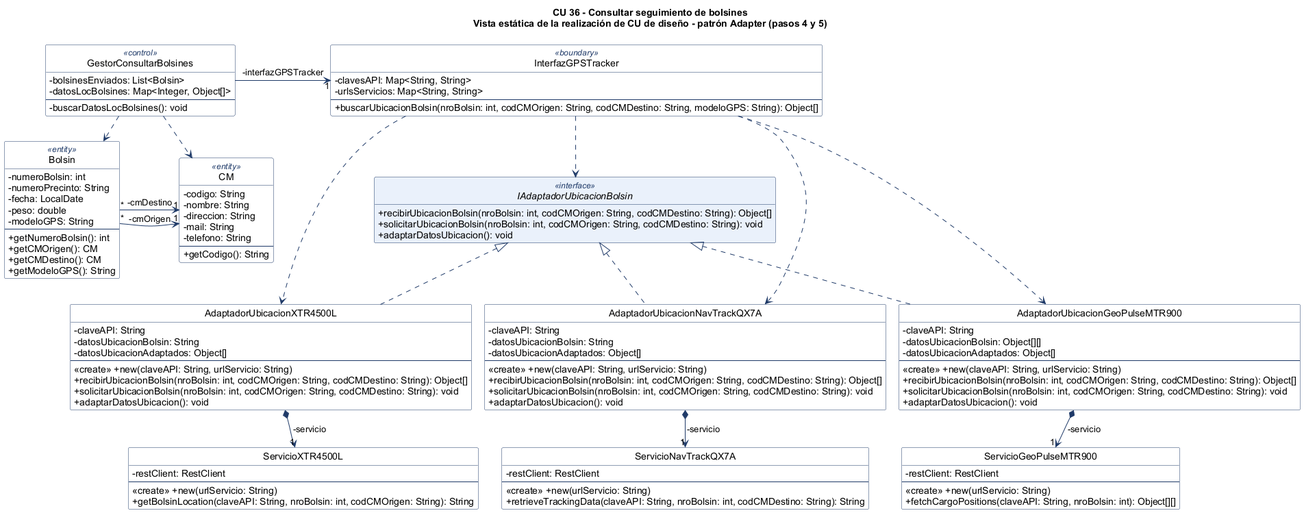
The PlantUML diagram docs/diagramas/diagrama-clases-adapter.png in LucianoCipolla/PPAI-BOLSIN-DSI-2026, before a commit. Source of this version:
```plantuml
@startuml diagrama-clases-adapter

!pragma layout smetana
skinparam classAttributeIconSize 0
skinparam shadowing false
skinparam linetype ortho
skinparam nodesep 70
skinparam ranksep 80
skinparam defaultFontName Arial
skinparam class {
  BackgroundColor #FFFFFF
  BorderColor #1F3A68
  ArrowColor #1F3A68
  StereotypeFontColor #1F3A68
}
skinparam class<<interface>> {
  BackgroundColor #EAF1FB
}
hide empty members
hide circle

title CU 36 - Consultar seguimiento de bolsines\nVista estática de la realización de CU de diseño - patrón Adapter (pasos 4 y 5)

class GestorConsultarBolsines <<control>> {
  -bolsinesEnviados: List<Bolsin>
  -datosLocBolsines: Map<Integer, Object[]>
  --
  -buscarDatosLocBolsines(): void
}

class Bolsin <<entity>> {
  -numeroBolsin: int
  -numeroPrecinto: String
  -fecha: LocalDate
  -peso: double
  -modeloGPS: String
  --
  +getNumeroBolsin(): int
  +getCMOrigen(): CM
  +getCMDestino(): CM
  +getModeloGPS(): String
}

class CM <<entity>> {
  -codigo: String
  -nombre: String
  -direccion: String
  -mail: String
  -telefono: String
  --
  +getCodigo(): String
}

class InterfazGPSTracker <<boundary>> {
  -clavesAPI: Map<String, String>
  -urlsServicios: Map<String, String>
  --
  +buscarUbicacionBolsin(nroBolsin: int, codCMOrigen: String, codCMDestino: String, modeloGPS: String): Object[]
}

interface IAdaptadorUbicacionBolsin <<interface>> {
  +recibirUbicacionBolsin(nroBolsin: int, codCMOrigen: String, codCMDestino: String): Object[]
  +solicitarUbicacionBolsin(nroBolsin: int, codCMOrigen: String, codCMDestino: String): void
  +adaptarDatosUbicacion(): void
}

class AdaptadorUbicacionXTR4500L {
  -claveAPI: String
  -datosUbicacionBolsin: String
  -datosUbicacionAdaptados: Object[]
  --
  <<create>> +new(claveAPI: String, urlServicio: String)
  +recibirUbicacionBolsin(nroBolsin: int, codCMOrigen: String, codCMDestino: String): Object[]
  +solicitarUbicacionBolsin(nroBolsin: int, codCMOrigen: String, codCMDestino: String): void
  +adaptarDatosUbicacion(): void
}

class AdaptadorUbicacionNavTrackQX7A {
  -claveAPI: String
  -datosUbicacionBolsin: String
  -datosUbicacionAdaptados: Object[]
  --
  <<create>> +new(claveAPI: String, urlServicio: String)
  +recibirUbicacionBolsin(nroBolsin: int, codCMOrigen: String, codCMDestino: String): Object[]
  +solicitarUbicacionBolsin(nroBolsin: int, codCMOrigen: String, codCMDestino: String): void
  +adaptarDatosUbicacion(): void
}

class AdaptadorUbicacionGeoPulseMTR900 {
  -claveAPI: String
  -datosUbicacionBolsin: Object[][]
  -datosUbicacionAdaptados: Object[]
  --
  <<create>> +new(claveAPI: String, urlServicio: String)
  +recibirUbicacionBolsin(nroBolsin: int, codCMOrigen: String, codCMDestino: String): Object[]
  +solicitarUbicacionBolsin(nroBolsin: int, codCMOrigen: String, codCMDestino: String): void
  +adaptarDatosUbicacion(): void
}

class ServicioXTR4500L {
  -restClient: RestClient
  --
  <<create>> +new(urlServicio: String)
  +getBolsinLocation(claveAPI: String, nroBolsin: int, codCMOrigen: String): String
}

class ServicioNavTrackQX7A {
  -restClient: RestClient
  --
  <<create>> +new(urlServicio: String)
  +retrieveTrackingData(claveAPI: String, nroBolsin: int, codCMDestino: String): String
}

class ServicioGeoPulseMTR900 {
  -restClient: RestClient
  --
  <<create>> +new(urlServicio: String)
  +fetchCargoPositions(claveAPI: String, nroBolsin: int): Object[][]
}

GestorConsultarBolsines -right-> "1" InterfazGPSTracker : -interfazGPSTracker
GestorConsultarBolsines .down.> Bolsin
GestorConsultarBolsines .down.> CM
Bolsin "*" -right-> "1" CM : -cmOrigen
Bolsin "*" -right-> "1" CM : -cmDestino

InterfazGPSTracker .down.> IAdaptadorUbicacionBolsin
InterfazGPSTracker .down.> AdaptadorUbicacionXTR4500L
InterfazGPSTracker .down.> AdaptadorUbicacionNavTrackQX7A
InterfazGPSTracker .down.> AdaptadorUbicacionGeoPulseMTR900

IAdaptadorUbicacionBolsin <|.down. AdaptadorUbicacionXTR4500L
IAdaptadorUbicacionBolsin <|.down. AdaptadorUbicacionNavTrackQX7A
IAdaptadorUbicacionBolsin <|.down. AdaptadorUbicacionGeoPulseMTR900
AdaptadorUbicacionXTR4500L -[hidden]right- AdaptadorUbicacionNavTrackQX7A
AdaptadorUbicacionNavTrackQX7A -[hidden]right- AdaptadorUbicacionGeoPulseMTR900

AdaptadorUbicacionXTR4500L *-down-> "1" ServicioXTR4500L : -servicio
AdaptadorUbicacionNavTrackQX7A *-down-> "1" ServicioNavTrackQX7A : -servicio
AdaptadorUbicacionGeoPulseMTR900 *-down-> "1" ServicioGeoPulseMTR900 : -servicio
ServicioXTR4500L -[hidden]right- ServicioNavTrackQX7A
ServicioNavTrackQX7A -[hidden]right- ServicioGeoPulseMTR900

@enduml
```
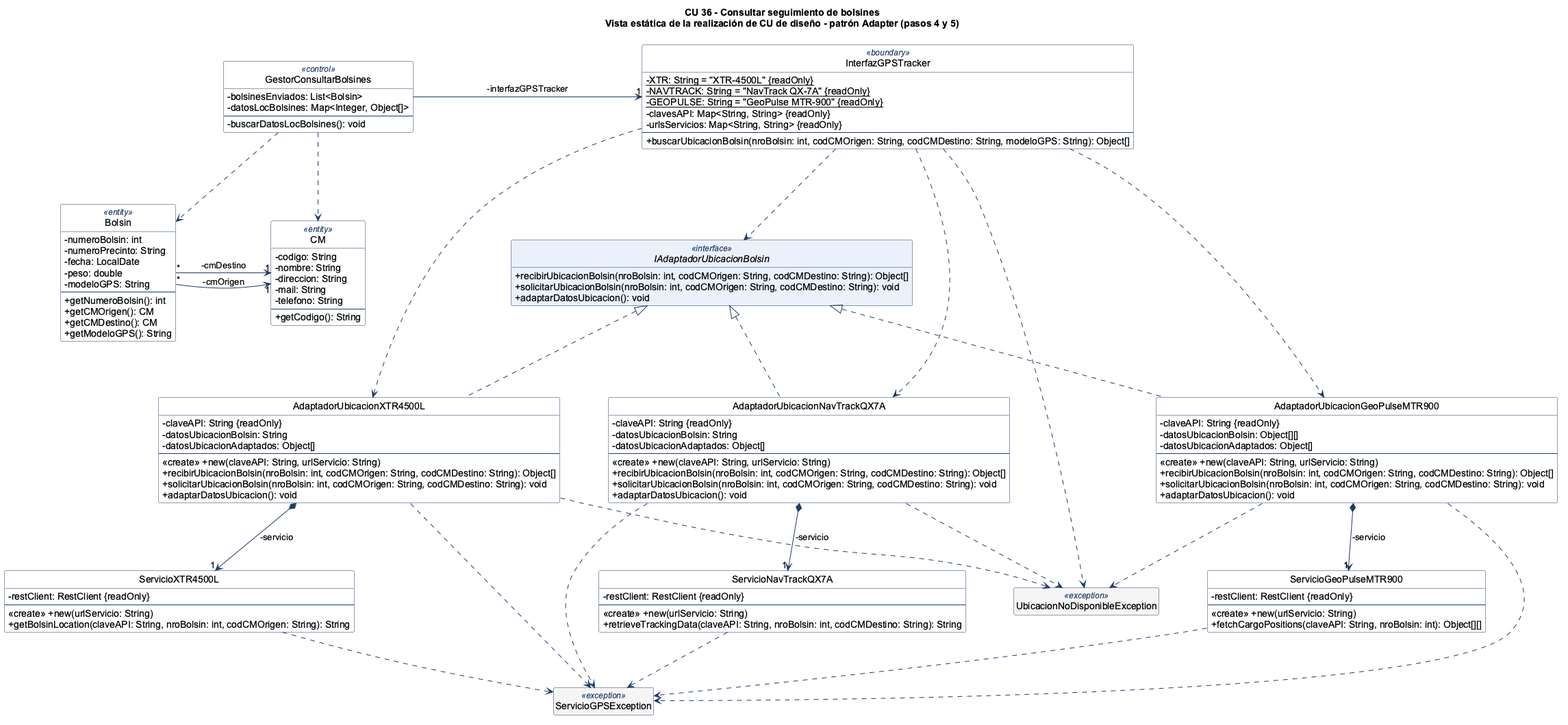
After the commit.

What changed in the source:
```diff
@@ -15,6 +15,9 @@
 }
 skinparam class<<interface>> {
   BackgroundColor #EAF1FB
+}
+skinparam class<<exception>> {
+  BackgroundColor #F5F5F5
 }
 hide empty members
 hide circle
@@ -52,8 +55,11 @@
 }
 
 class InterfazGPSTracker <<boundary>> {
-  -clavesAPI: Map<String, String>
-  -urlsServicios: Map<String, String>
+  -{static} XTR: String = "XTR-4500L" {readOnly}
+  -{static} NAVTRACK: String = "NavTrack QX-7A" {readOnly}
+  -{static} GEOPULSE: String = "GeoPulse MTR-900" {readOnly}
+  -clavesAPI: Map<String, String> {readOnly}
+  -urlsServicios: Map<String, String> {readOnly}
   --
   +buscarUbicacionBolsin(nroBolsin: int, codCMOrigen: String, codCMDestino: String, modeloGPS: String): Object[]
 }
@@ -65,7 +71,7 @@
 }
 
 class AdaptadorUbicacionXTR4500L {
-  -claveAPI: String
+  -claveAPI: String {readOnly}
   -datosUbicacionBolsin: String
   -datosUbicacionAdaptados: Object[]
   --
@@ -76,7 +82,7 @@
 }
 
 class AdaptadorUbicacionNavTrackQX7A {
-  -claveAPI: String
+  -claveAPI: String {readOnly}
   -datosUbicacionBolsin: String
   -datosUbicacionAdaptados: Object[]
   --
@@ -87,7 +93,7 @@
 }
 
 class AdaptadorUbicacionGeoPulseMTR900 {
-  -claveAPI: String
+  -claveAPI: String {readOnly}
   -datosUbicacionBolsin: Object[][]
   -datosUbicacionAdaptados: Object[]
   --
@@ -98,21 +104,21 @@
 }
 
 class ServicioXTR4500L {
-  -restClient: RestClient
+  -restClient: RestClient {readOnly}
   --
   <<create>> +new(urlServicio: String)
   +getBolsinLocation(claveAPI: String, nroBolsin: int, codCMOrigen: String): String
 }
 
 class ServicioNavTrackQX7A {
-  -restClient: RestClient
+  -restClient: RestClient {readOnly}
   --
   <<create>> +new(urlServicio: String)
   +retrieveTrackingData(claveAPI: String, nroBolsin: int, codCMDestino: String): String
 }
 
 class ServicioGeoPulseMTR900 {
-  -restClient: RestClient
+  -restClient: RestClient {readOnly}
   --
   <<create>> +new(urlServicio: String)
   +fetchCargoPositions(claveAPI: String, nroBolsin: int): Object[][]
@@ -141,4 +147,17 @@
 ServicioXTR4500L -[hidden]right- ServicioNavTrackQX7A
 ServicioNavTrackQX7A -[hidden]right- ServicioGeoPulseMTR900
 
+class UbicacionNoDisponibleException <<exception>>
+class ServicioGPSException <<exception>>
+InterfazGPSTracker ..> UbicacionNoDisponibleException
+AdaptadorUbicacionXTR4500L ..> UbicacionNoDisponibleException
+AdaptadorUbicacionNavTrackQX7A ..> UbicacionNoDisponibleException
+AdaptadorUbicacionGeoPulseMTR900 ..> UbicacionNoDisponibleException
+AdaptadorUbicacionXTR4500L ..> ServicioGPSException
+AdaptadorUbicacionNavTrackQX7A ..> ServicioGPSException
+AdaptadorUbicacionGeoPulseMTR900 ..> ServicioGPSException
+ServicioXTR4500L ..> ServicioGPSException
+ServicioNavTrackQX7A ..> ServicioGPSException
+ServicioGeoPulseMTR900 ..> ServicioGPSException
+
 @enduml
```
